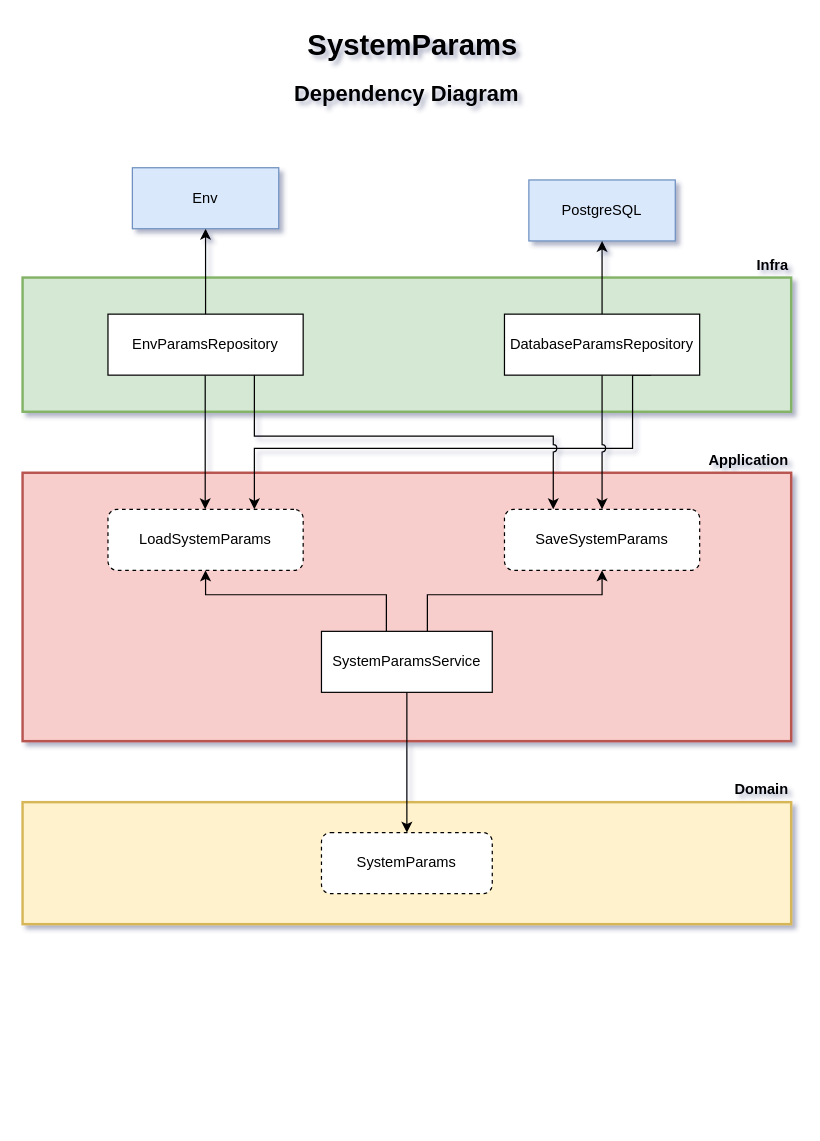
Above: docs/diagrams/system-params.drawio in minha-ies/training-backend (draw.io), before the change. Source tidied: cells renumbered, new cells numbered last; positions are measured from the earlier drawing's top-left corner, leaving out a move shared by most shapes. Both pictures are drawn from the tidied source at 122%, with x=0, y=0 at pixel (22, 21).
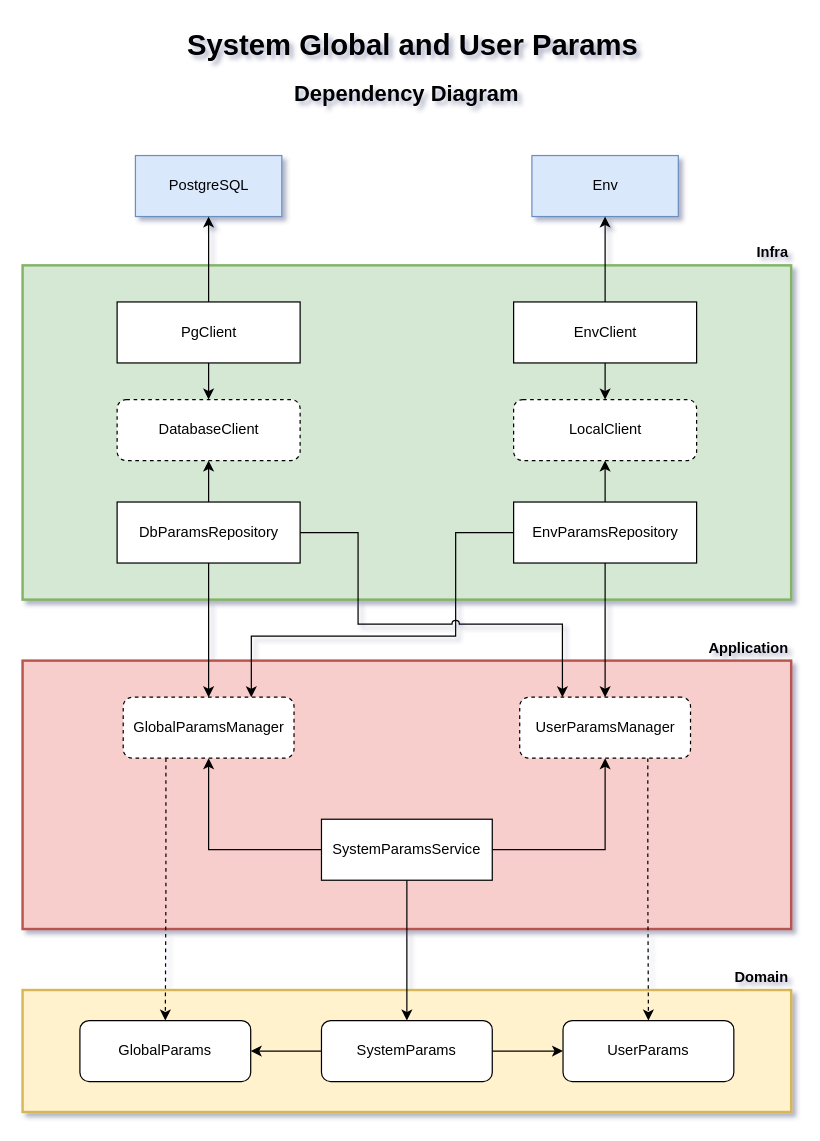
After the change.

Change to the diagram source:
```diff
@@
     <mxCell id="2" style="rounded=0;whiteSpace=wrap;html=1;strokeWidth=2;fillColor=#d5e8d4;strokeColor=#82b366;" parent="1" vertex="1">
-      <mxGeometry y="210" width="630" height="110" as="geometry" />
+      <mxGeometry y="200" width="630" height="274" as="geometry" />
     </mxCell>
     <mxCell id="3" style="rounded=0;whiteSpace=wrap;html=1;strokeWidth=2;fillColor=#fff2cc;strokeColor=#d6b656;" parent="1" vertex="1">
-      <mxGeometry y="640" width="630" height="100" as="geometry" />
+      <mxGeometry y="794" width="630" height="100" as="geometry" />
     </mxCell>
     <mxCell id="4" value="&lt;b style=&quot;font-size: 12px;&quot;&gt;&lt;font style=&quot;font-size: 12px;&quot;&gt;Domain&lt;br&gt;&lt;/font&gt;&lt;/b&gt;" style="text;html=1;strokeColor=none;fillColor=none;align=right;verticalAlign=middle;whiteSpace=wrap;rounded=0;fontSize=12;" parent="1" vertex="1">
-      <mxGeometry x="530" y="620" width="100" height="20" as="geometry" />
+      <mxGeometry x="530" y="774" width="100" height="20" as="geometry" />
     </mxCell>
+    <mxCell id="27" style="edgeStyle=orthogonalEdgeStyle;rounded=0;jettySize=auto;html=1;entryX=1;entryY=0.5;entryDx=0;entryDy=0;" parent="1" edge="1" source="5" target="36">
+      <mxGeometry relative="1" as="geometry" />
+    </mxCell>
+    <mxCell id="28" style="edgeStyle=orthogonalEdgeStyle;rounded=0;jettySize=auto;html=1;" parent="1" edge="1" source="5" target="37">
+      <mxGeometry relative="1" as="geometry" />
+    </mxCell>
-    <mxCell id="5" value="SystemParams" style="rounded=1;whiteSpace=wrap;html=1;dashed=1;" parent="1" vertex="1">
-      <mxGeometry x="245" y="665" width="140" height="50" as="geometry" />
+    <mxCell id="5" value="SystemParams" style="rounded=1;whiteSpace=wrap;html=1;" parent="1" vertex="1">
+      <mxGeometry x="245" y="819" width="140" height="50" as="geometry" />
     </mxCell>
     <mxCell id="6" style="rounded=0;whiteSpace=wrap;html=1;strokeWidth=2;fillColor=#f8ceccff;strokeColor=#b85450ff;" parent="1" vertex="1">
-      <mxGeometry y="370" width="630" height="220" as="geometry" />
+      <mxGeometry y="524" width="630" height="220" as="geometry" />
     </mxCell>
     <mxCell id="7" value="&lt;b style=&quot;font-size: 12px;&quot;&gt;&lt;font style=&quot;font-size: 12px;&quot;&gt;Application&lt;/font&gt;&lt;/b&gt;" style="text;html=1;strokeColor=none;fillColor=none;align=right;verticalAlign=middle;whiteSpace=wrap;rounded=0;fontSize=12;" parent="1" vertex="1">
-      <mxGeometry x="530" y="350" width="100" height="20" as="geometry" />
+      <mxGeometry x="530" y="504" width="100" height="20" as="geometry" />
     </mxCell>
@@
-    <mxCell id="9" style="edgeStyle=orthogonalEdgeStyle;rounded=0;jettySize=auto;html=1;exitX=0.38;exitY=0;exitDx=0;exitDy=0;exitPerimeter=0;entryX=0.5;entryY=1;entryDx=0;entryDy=0;" parent="1" edge="1" source="11" target="12">
-      <mxGeometry relative="1" as="geometry">
-        <Array as="points">
-          <mxPoint x="298" y="470" />
-          <mxPoint x="150" y="470" />
-        </Array>
-      </mxGeometry>
+    <mxCell id="9" style="edgeStyle=orthogonalEdgeStyle;rounded=0;jettySize=auto;html=1;entryX=0.5;entryY=1;entryDx=0;entryDy=0;" parent="1" edge="1" source="11" target="12">
+      <mxGeometry relative="1" as="geometry" />
     </mxCell>
-    <mxCell id="10" style="edgeStyle=orthogonalEdgeStyle;rounded=0;jettySize=auto;html=1;entryX=0.5;entryY=1;entryDx=0;entryDy=0;exitX=0.62;exitY=0;exitDx=0;exitDy=0;exitPerimeter=0;" parent="1" edge="1" source="11" target="13">
-      <mxGeometry relative="1" as="geometry">
-        <Array as="points">
-          <mxPoint x="332" y="470" />
-          <mxPoint x="475" y="470" />
-        </Array>
-      </mxGeometry>
-    </mxCell>
+    <mxCell id="29" style="edgeStyle=orthogonalEdgeStyle;rounded=0;jettySize=auto;html=1;entryX=0.5;entryY=1;entryDx=0;entryDy=0;exitX=1;exitY=0.5;exitDx=0;exitDy=0;exitPerimeter=0;" parent="1" edge="1" source="11" target="35">
+      <mxGeometry relative="1" as="geometry" />
+    </mxCell>
     <mxCell id="11" value="SystemParamsService" style="rounded=0;whiteSpace=wrap;html=1;glass=0;shadow=0;points=[[0,0,0,0,0],[0,0.25,0,0,0],[0,0.5,0,0,0],[0,0.75,0,0,0],[0,1,0,0,0],[0.13,0,0,0,0],[0.25,0,0,0,0],[0.25,1,0,0,0],[0.38,0,0,0,0],[0.5,0,0,0,0],[0.5,1,0,0,0],[0.62,0,0,0,0],[0.75,0,0,0,0],[0.75,1,0,0,0],[0.88,0,0,0,0],[1,0,0,0,0],[1,0.25,0,0,0],[1,0.5,0,0,0],[1,0.75,0,0,0],[1,1,0,0,0]];" parent="1" vertex="1">
-      <mxGeometry x="245" y="500" width="140" height="50" as="geometry" />
+      <mxGeometry x="245" y="654" width="140" height="50" as="geometry" />
     </mxCell>
+    <mxCell id="30" style="edgeStyle=orthogonalEdgeStyle;rounded=0;jettySize=auto;html=1;exitX=0.25;exitY=1;exitDx=0;exitDy=0;dashed=1;" parent="1" edge="1" source="12" target="36">
+      <mxGeometry relative="1" as="geometry" />
+    </mxCell>
-    <mxCell id="12" value="LoadSystemParams" style="rounded=1;whiteSpace=wrap;html=1;dashed=1;flipH=1;" parent="1" vertex="1">
-      <mxGeometry x="70" y="400" width="160" height="50" as="geometry" />
+    <mxCell id="12" value="GlobalParamsManager" style="rounded=1;whiteSpace=wrap;html=1;dashed=1;flipH=1;rotation=0;" parent="1" vertex="1">
+      <mxGeometry x="82.5" y="554" width="140" height="50" as="geometry" />
     </mxCell>
-    <mxCell id="13" value="SaveSystemParams" style="rounded=1;whiteSpace=wrap;html=1;dashed=1;flipH=1;" parent="1" vertex="1">
-      <mxGeometry x="395" y="400" width="160" height="50" as="geometry" />
-    </mxCell>
     <mxCell id="14" value="PostgreSQL" style="rounded=0;whiteSpace=wrap;html=1;glass=0;shadow=0;fillColor=#dae8fc;strokeColor=#6c8ebf;" parent="1" vertex="1">
-      <mxGeometry x="415" y="130" width="120" height="50" as="geometry" />
+      <mxGeometry x="92.5" y="110" width="120" height="50" as="geometry" />
     </mxCell>
-    <mxCell id="15" value="SystemParams" style="text;html=1;strokeColor=none;fillColor=none;align=center;verticalAlign=middle;whiteSpace=wrap;rounded=0;fontSize=24;fontStyle=1;" parent="1" vertex="1">
+    <mxCell id="15" value="System Global and User Params" style="text;html=1;strokeColor=none;fillColor=none;align=center;verticalAlign=middle;whiteSpace=wrap;rounded=0;fontSize=24;fontStyle=1;" parent="1" vertex="1">
       <mxGeometry x="95" width="450" height="40" as="geometry" />
     </mxCell>
@@
-    <mxCell id="17" style="edgeStyle=orthogonalEdgeStyle;rounded=0;orthogonalLoop=1;jettySize=auto;html=1;exitX=0.25;exitY=1;exitDx=0;exitDy=0;exitPerimeter=0;entryX=0.25;entryY=0;entryDx=0;entryDy=0;jumpStyle=arc;" parent="1" edge="1">
-      <mxGeometry relative="1" as="geometry">
-        <mxPoint x="149.7" y="290" as="sourcePoint" />
-        <mxPoint x="149.7" y="400" as="targetPoint" />
-        <Array as="points">
-          <mxPoint x="149.7" y="350" />
-          <mxPoint x="149.7" y="350" />
-        </Array>
-      </mxGeometry>
-    </mxCell>
-    <mxCell id="18" style="edgeStyle=orthogonalEdgeStyle;rounded=0;jettySize=auto;html=1;entryX=0.5;entryY=1;entryDx=0;entryDy=0;" parent="1" edge="1" source="19" target="26">
-      <mxGeometry relative="1" as="geometry" />
-    </mxCell>
+    <mxCell id="31" style="edgeStyle=orthogonalEdgeStyle;rounded=0;jettySize=auto;html=1;" parent="1" edge="1" source="19" target="35">
+      <mxGeometry relative="1" as="geometry" />
+    </mxCell>
+    <mxCell id="32" style="edgeStyle=orthogonalEdgeStyle;rounded=0;jettySize=auto;html=1;entryX=0.75;entryY=0;entryDx=0;entryDy=0;exitX=0;exitY=0.5;exitDx=0;exitDy=0;exitPerimeter=0;jumpStyle=arc;" parent="1" edge="1" source="19" target="12">
+      <mxGeometry relative="1" as="geometry">
+        <Array as="points">
+          <mxPoint x="355" y="419" />
+          <mxPoint x="355" y="504" />
+          <mxPoint x="188" y="504" />
+        </Array>
+      </mxGeometry>
+    </mxCell>
-    <mxCell id="19" value="EnvParamsRepository" style="rounded=0;whiteSpace=wrap;html=1;glass=0;shadow=0;points=[[0,0,0,0,0],[0,0.25,0,0,0],[0,0.5,0,0,0],[0,0.75,0,0,0],[0,1,0,0,0],[0.13,0,0,0,0],[0.25,0,0,0,0],[0.25,1,0,0,0],[0.38,0,0,0,0],[0.5,0,0,0,0],[0.5,1,0,0,0],[0.62,0,0,0,0],[0.75,0,0,0,0],[0.75,1,0,0,0],[0.88,0,0,0,0],[1,0,0,0,0],[1,0.25,0,0,0],[1,0.5,0,0,0],[1,0.75,0,0,0],[1,1,0,0,0]];" parent="1" vertex="1">
-      <mxGeometry x="70" y="240" width="160" height="50" as="geometry" />
+    <mxCell id="19" value="EnvParamsRepository" style="rounded=0;whiteSpace=wrap;html=1;glass=0;shadow=0;points=[[0,0,0,0,0],[0,0.25,0,0,0],[0,0.5,0,0,0],[0,0.75,0,0,0],[0,1,0,0,0],[0.13,0,0,0,0],[0.25,0,0,0,0],[0.25,1,0,0,0],[0.38,0,0,0,0],[0.5,0,0,0,0],[0.5,1,0,0,0],[0.62,0,0,0,0],[0.75,0,0,0,0],[0.75,1,0,0,0],[0.88,0,0,0,0],[1,0,0,0,0],[1,0.25,0,0,0],[1,0.5,0,0,0],[1,0.75,0,0,0],[1,1,0,0,0]];rotation=0;" parent="1" vertex="1">
+      <mxGeometry x="402.5" y="394" width="150" height="50" as="geometry" />
     </mxCell>
-    <mxCell id="20" style="edgeStyle=orthogonalEdgeStyle;rounded=0;jettySize=auto;html=1;entryX=0.75;entryY=0;entryDx=0;entryDy=0;exitX=0.75;exitY=1;exitDx=0;exitDy=0;exitPerimeter=0;jumpStyle=arc;" parent="1" edge="1" source="23" target="12">
-      <mxGeometry relative="1" as="geometry">
-        <Array as="points">
-          <mxPoint x="500" y="350" />
-          <mxPoint x="190" y="350" />
-        </Array>
-      </mxGeometry>
+    <mxCell id="20" style="edgeStyle=orthogonalEdgeStyle;rounded=0;jettySize=auto;html=1;entryX=0.5;entryY=0;entryDx=0;entryDy=0;" parent="1" edge="1" source="23" target="12">
+      <mxGeometry relative="1" as="geometry" />
     </mxCell>
-    <mxCell id="21" style="edgeStyle=orthogonalEdgeStyle;rounded=0;jettySize=auto;html=1;jumpStyle=arc;" parent="1" edge="1" source="23" target="13">
-      <mxGeometry relative="1" as="geometry" />
-    </mxCell>
-    <mxCell id="22" style="edgeStyle=orthogonalEdgeStyle;rounded=0;jettySize=auto;html=1;entryX=0.5;entryY=1;entryDx=0;entryDy=0;" parent="1" edge="1" source="23" target="14">
-      <mxGeometry relative="1" as="geometry" />
-    </mxCell>
+    <mxCell id="33" style="edgeStyle=orthogonalEdgeStyle;rounded=0;jettySize=auto;html=1;entryX=0.25;entryY=0;entryDx=0;entryDy=0;exitX=1;exitY=0.5;exitDx=0;exitDy=0;exitPerimeter=0;jumpStyle=arc;" parent="1" edge="1" source="23" target="35">
+      <mxGeometry relative="1" as="geometry">
+        <Array as="points">
+          <mxPoint x="275" y="419" />
+          <mxPoint x="275" y="494" />
+          <mxPoint x="442" y="494" />
+        </Array>
+      </mxGeometry>
+    </mxCell>
-    <mxCell id="23" value="DatabaseParamsRepository" style="rounded=0;whiteSpace=wrap;html=1;glass=0;shadow=0;points=[[0,0,0,0,0],[0,0.25,0,0,0],[0,0.5,0,0,0],[0,0.75,0,0,0],[0,1,0,0,0],[0.13,0,0,0,0],[0.25,0,0,0,0],[0.25,1,0,0,0],[0.38,0,0,0,0],[0.5,0,0,0,0],[0.5,1,0,0,0],[0.62,0,0,0,0],[0.75,0,0,0,0],[0.75,1,0,0,0],[0.88,0,0,0,0],[1,0,0,0,0],[1,0.25,0,0,0],[1,0.5,0,0,0],[1,0.75,0,0,0],[1,1,0,0,0]];" parent="1" vertex="1">
-      <mxGeometry x="395" y="240" width="160" height="50" as="geometry" />
+    <mxCell id="23" value="DbParamsRepository" style="rounded=0;whiteSpace=wrap;html=1;glass=0;shadow=0;points=[[0,0,0,0,0],[0,0.25,0,0,0],[0,0.5,0,0,0],[0,0.75,0,0,0],[0,1,0,0,0],[0.13,0,0,0,0],[0.25,0,0,0,0],[0.25,1,0,0,0],[0.38,0,0,0,0],[0.5,0,0,0,0],[0.5,1,0,0,0],[0.62,0,0,0,0],[0.75,0,0,0,0],[0.75,1,0,0,0],[0.88,0,0,0,0],[1,0,0,0,0],[1,0.25,0,0,0],[1,0.5,0,0,0],[1,0.75,0,0,0],[1,1,0,0,0]];rotation=0;" parent="1" vertex="1">
+      <mxGeometry x="77.5" y="394" width="150" height="50" as="geometry" />
     </mxCell>
     <mxCell id="24" value="Infra" style="text;html=1;strokeColor=none;fillColor=none;align=right;verticalAlign=middle;whiteSpace=wrap;rounded=0;fontSize=12;fontStyle=1;" parent="1" vertex="1">
-      <mxGeometry x="460" y="190" width="170" height="20" as="geometry" />
+      <mxGeometry x="495" y="180" width="135" height="20" as="geometry" />
     </mxCell>
-    <mxCell id="25" style="edgeStyle=orthogonalEdgeStyle;rounded=0;jettySize=auto;html=1;exitX=0.75;exitY=1;exitDx=0;exitDy=0;exitPerimeter=0;entryX=0.25;entryY=0;entryDx=0;entryDy=0;jumpStyle=arc;" parent="1" edge="1" source="19" target="13">
-      <mxGeometry relative="1" as="geometry">
-        <Array as="points">
-          <mxPoint x="190" y="340" />
-          <mxPoint x="435" y="340" />
-        </Array>
-      </mxGeometry>
-    </mxCell>
     <mxCell id="26" value="Env" style="rounded=0;whiteSpace=wrap;html=1;glass=0;shadow=0;fillColor=#dae8fc;strokeColor=#6c8ebf;" parent="1" vertex="1">
-      <mxGeometry x="90" y="120" width="120" height="50" as="geometry" />
+      <mxGeometry x="417.5" y="110" width="120" height="50" as="geometry" />
     </mxCell>
+    <mxCell id="34" style="edgeStyle=orthogonalEdgeStyle;rounded=0;jettySize=auto;html=1;entryX=0.5;entryY=0;entryDx=0;entryDy=0;exitX=0.75;exitY=1;exitDx=0;exitDy=0;dashed=1;" parent="1" edge="1" source="35" target="37">
+      <mxGeometry relative="1" as="geometry" />
+    </mxCell>
+    <mxCell id="35" value="UserParamsManager" style="rounded=1;whiteSpace=wrap;html=1;dashed=1;flipH=1;rotation=0;" parent="1" vertex="1">
+      <mxGeometry x="407.5" y="554" width="140" height="50" as="geometry" />
+    </mxCell>
+    <mxCell id="36" value="GlobalParams" style="rounded=1;whiteSpace=wrap;html=1;" parent="1" vertex="1">
+      <mxGeometry x="47" y="819" width="140" height="50" as="geometry" />
+    </mxCell>
+    <mxCell id="37" value="UserParams" style="rounded=1;whiteSpace=wrap;html=1;" parent="1" vertex="1">
+      <mxGeometry x="443" y="819" width="140" height="50" as="geometry" />
+    </mxCell>
+    <mxCell id="38" value="DatabaseClient" style="rounded=1;whiteSpace=wrap;html=1;glass=0;shadow=0;points=[[0,0,0,0,0],[0,0.25,0,0,0],[0,0.5,0,0,0],[0,0.75,0,0,0],[0,1,0,0,0],[0.13,0,0,0,0],[0.25,0,0,0,0],[0.25,1,0,0,0],[0.38,0,0,0,0],[0.5,0,0,0,0],[0.5,1,0,0,0],[0.62,0,0,0,0],[0.75,0,0,0,0],[0.75,1,0,0,0],[0.88,0,0,0,0],[1,0,0,0,0],[1,0.25,0,0,0],[1,0.5,0,0,0],[1,0.75,0,0,0],[1,1,0,0,0]];rotation=0;dashed=1;" parent="1" vertex="1">
+      <mxGeometry x="77.5" y="310" width="150" height="50" as="geometry" />
+    </mxCell>
+    <mxCell id="39" style="edgeStyle=orthogonalEdgeStyle;rounded=0;jettySize=auto;html=1;" parent="1" edge="1" source="41" target="14">
+      <mxGeometry relative="1" as="geometry" />
+    </mxCell>
+    <mxCell id="40" style="edgeStyle=orthogonalEdgeStyle;rounded=0;jettySize=auto;html=1;" parent="1" edge="1" source="41" target="38">
+      <mxGeometry relative="1" as="geometry" />
+    </mxCell>
+    <mxCell id="41" value="PgClient" style="rounded=0;whiteSpace=wrap;html=1;glass=0;shadow=0;points=[[0,0,0,0,0],[0,0.25,0,0,0],[0,0.5,0,0,0],[0,0.75,0,0,0],[0,1,0,0,0],[0.13,0,0,0,0],[0.25,0,0,0,0],[0.25,1,0,0,0],[0.38,0,0,0,0],[0.5,0,0,0,0],[0.5,1,0,0,0],[0.62,0,0,0,0],[0.75,0,0,0,0],[0.75,1,0,0,0],[0.88,0,0,0,0],[1,0,0,0,0],[1,0.25,0,0,0],[1,0.5,0,0,0],[1,0.75,0,0,0],[1,1,0,0,0]];rotation=0;" parent="1" vertex="1">
+      <mxGeometry x="77.5" y="230" width="150" height="50" as="geometry" />
+    </mxCell>
+    <mxCell id="42" style="edgeStyle=orthogonalEdgeStyle;rounded=0;jettySize=auto;html=1;entryX=0.5;entryY=1;entryDx=0;entryDy=0;entryPerimeter=0;" parent="1" edge="1" source="23" target="38">
+      <mxGeometry relative="1" as="geometry" />
+    </mxCell>
+    <mxCell id="43" style="edgeStyle=orthogonalEdgeStyle;rounded=0;jettySize=auto;html=1;" parent="1" edge="1" source="45" target="46">
+      <mxGeometry relative="1" as="geometry" />
+    </mxCell>
+    <mxCell id="44" style="edgeStyle=orthogonalEdgeStyle;rounded=0;jettySize=auto;html=1;" parent="1" edge="1" source="45" target="26">
+      <mxGeometry relative="1" as="geometry" />
+    </mxCell>
+    <mxCell id="45" value="EnvClient" style="rounded=0;whiteSpace=wrap;html=1;glass=0;shadow=0;points=[[0,0,0,0,0],[0,0.25,0,0,0],[0,0.5,0,0,0],[0,0.75,0,0,0],[0,1,0,0,0],[0.13,0,0,0,0],[0.25,0,0,0,0],[0.25,1,0,0,0],[0.38,0,0,0,0],[0.5,0,0,0,0],[0.5,1,0,0,0],[0.62,0,0,0,0],[0.75,0,0,0,0],[0.75,1,0,0,0],[0.88,0,0,0,0],[1,0,0,0,0],[1,0.25,0,0,0],[1,0.5,0,0,0],[1,0.75,0,0,0],[1,1,0,0,0]];rotation=0;" parent="1" vertex="1">
+      <mxGeometry x="402.5" y="230" width="150" height="50" as="geometry" />
+    </mxCell>
+    <mxCell id="46" value="LocalClient" style="rounded=1;whiteSpace=wrap;html=1;glass=0;shadow=0;points=[[0,0,0,0,0],[0,0.25,0,0,0],[0,0.5,0,0,0],[0,0.75,0,0,0],[0,1,0,0,0],[0.13,0,0,0,0],[0.25,0,0,0,0],[0.25,1,0,0,0],[0.38,0,0,0,0],[0.5,0,0,0,0],[0.5,1,0,0,0],[0.62,0,0,0,0],[0.75,0,0,0,0],[0.75,1,0,0,0],[0.88,0,0,0,0],[1,0,0,0,0],[1,0.25,0,0,0],[1,0.5,0,0,0],[1,0.75,0,0,0],[1,1,0,0,0]];rotation=0;dashed=1;" parent="1" vertex="1">
+      <mxGeometry x="402.5" y="310" width="150" height="50" as="geometry" />
+    </mxCell>
+    <mxCell id="47" style="edgeStyle=orthogonalEdgeStyle;rounded=0;jettySize=auto;html=1;entryX=0.5;entryY=1;entryDx=0;entryDy=0;entryPerimeter=0;" parent="1" edge="1" source="19" target="46">
+      <mxGeometry relative="1" as="geometry" />
+    </mxCell>
```
